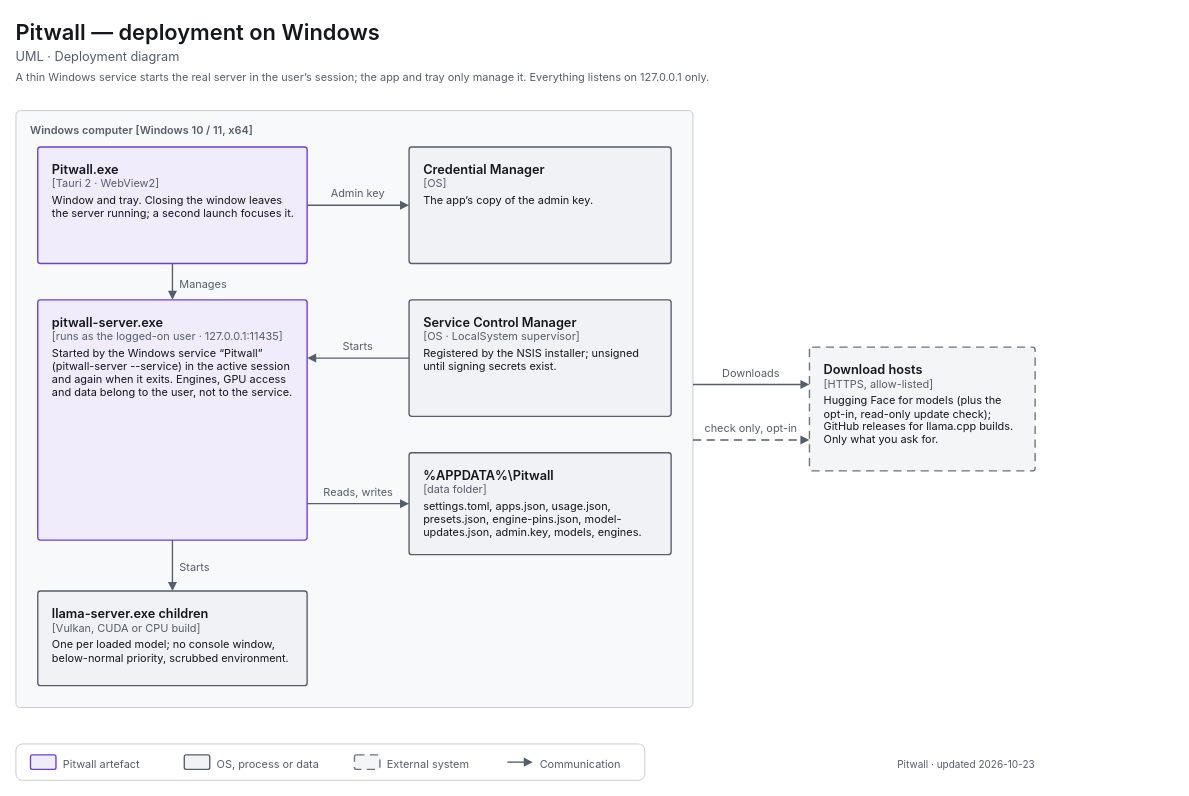
Earlier version of the draw.io diagram apps/pitwall/docs/diagrams/uml-deployment-windows.drawio (decryp7/paddock). Source tidied: cells renumbered, new cells numbered last; positions are measured from the earlier drawing's top-left corner, leaving out a move shared by most shapes. Both pictures are drawn from the tidied source at 91%, with x=0, y=0 at pixel (15, 15).
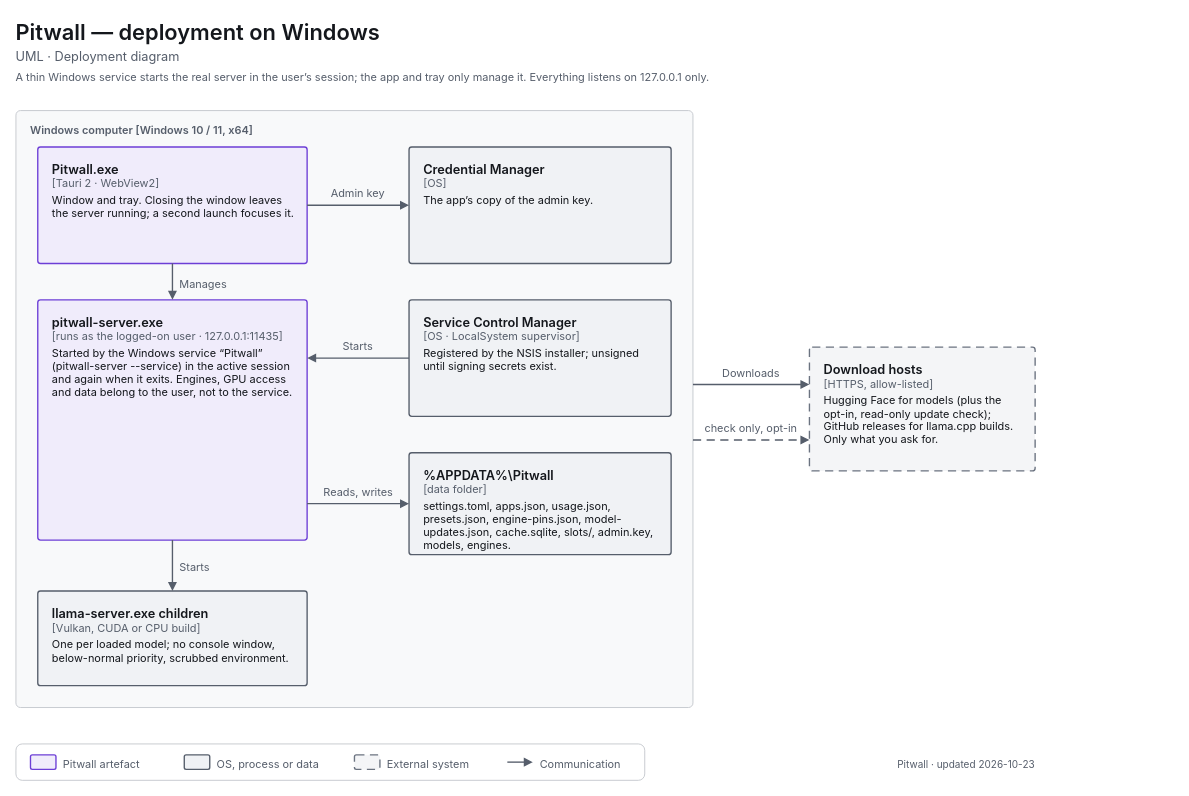
Above is the later version.

Change to the diagram source:
```diff
@@
-    <mxCell id="10" value="&lt;span style=&quot;font-size:14px;font-weight:600&quot;&gt;%APPDATA%\Pitwall&lt;/span&gt;&lt;br&gt;&lt;span style=&quot;font-size:12px;color:light-dark(#565E6B,#A0A7B2)&quot;&gt;[data folder]&lt;/span&gt;&lt;br&gt;&lt;div style=&quot;margin-top:4px;font-size:12px&quot;&gt;settings.toml, apps.json, usage.json, presets.json, engine-pins.json, model-updates.json, admin.key, models, engines.&lt;/div&gt;" style="html=1;whiteSpace=wrap;fontFamily=-apple-system,BlinkMacSystemFont,Segoe UI,system-ui,sans-serif;fontSize=12;fontColor=light-dark(#14171C,#ECEEF1);rounded=1;absoluteArcSize=1;arcSize=6;strokeWidth=1.5;strokeColor=light-dark(#565E6B,#A0A7B2);fillColor=light-dark(#F0F2F5,#1B1E23);align=left;verticalAlign=top;spacingLeft=14;spacingRight=14;spacingTop=10;spacingBottom=8;" parent="1" vertex="1">
+    <mxCell id="10" value="&lt;span style=&quot;font-size:14px;font-weight:600&quot;&gt;%APPDATA%\Pitwall&lt;/span&gt;&lt;br&gt;&lt;span style=&quot;font-size:12px;color:light-dark(#565E6B,#A0A7B2)&quot;&gt;[data folder]&lt;/span&gt;&lt;br&gt;&lt;div style=&quot;margin-top:4px;font-size:12px&quot;&gt;settings.toml, apps.json, usage.json, presets.json, engine-pins.json, model-updates.json, cache.sqlite, slots/, admin.key, models, engines.&lt;/div&gt;" style="html=1;whiteSpace=wrap;fontFamily=-apple-system,BlinkMacSystemFont,Segoe UI,system-ui,sans-serif;fontSize=12;fontColor=light-dark(#14171C,#ECEEF1);rounded=1;absoluteArcSize=1;arcSize=6;strokeWidth=1.5;strokeColor=light-dark(#565E6B,#A0A7B2);fillColor=light-dark(#F0F2F5,#1B1E23);align=left;verticalAlign=top;spacingLeft=14;spacingRight=14;spacingTop=10;spacingBottom=8;" parent="1" vertex="1">
       <mxGeometry x="432" y="480" width="288" height="112" as="geometry" />
     </mxCell>
```
